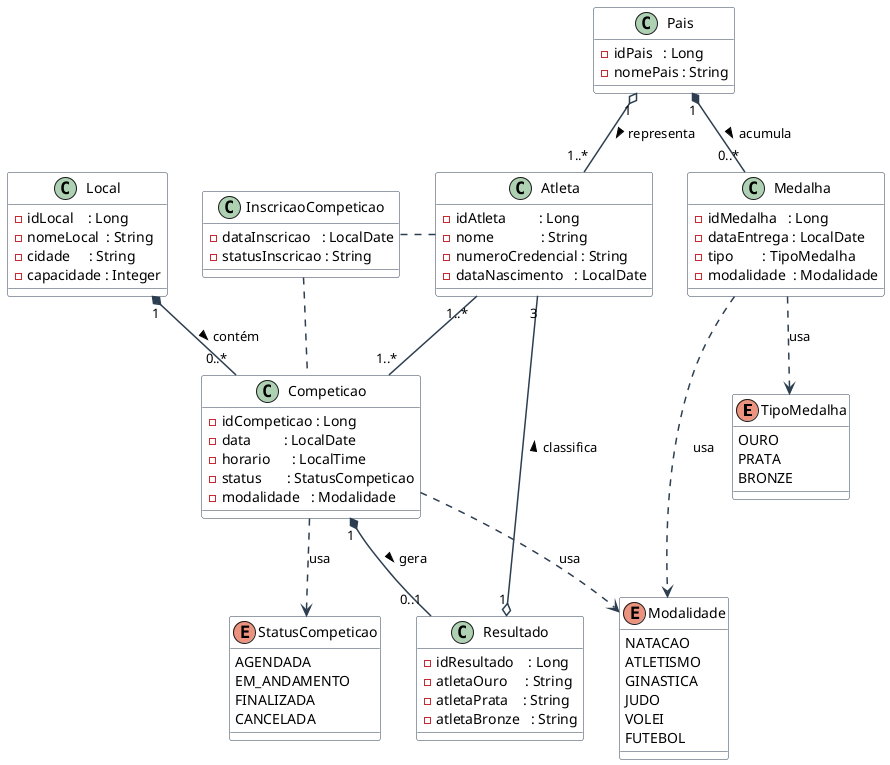
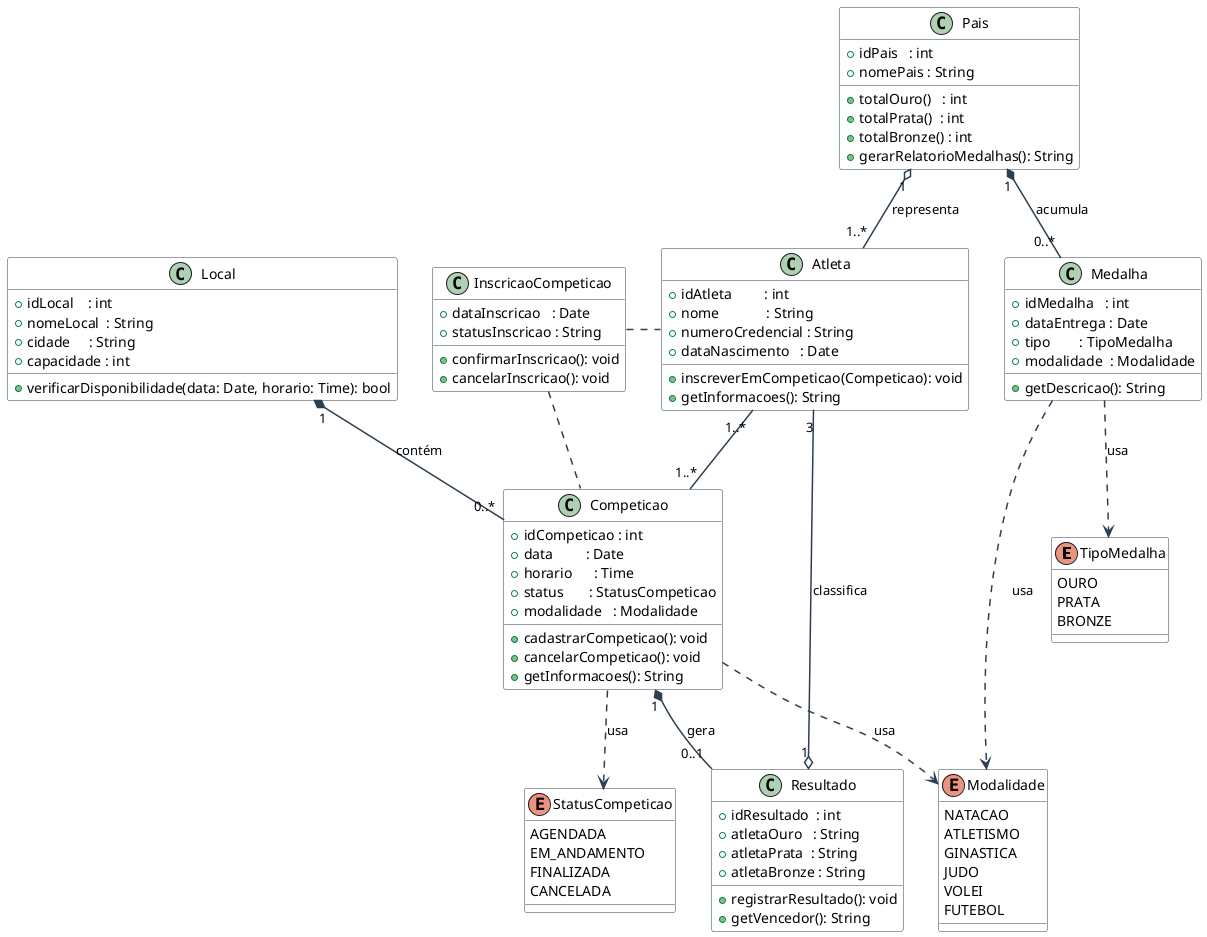
@startuml DiagramaDeClasses_Olimpiadas

skinparam classBackgroundColor #FFFFFF
skinparam classBorderColor #2C3E50
skinparam arrowColor #2C3E50
skinparam arrowThickness 1.5
skinparam shadowing false

enum TipoMedalha {
  OURO
  PRATA
  BRONZE
}

enum StatusCompeticao {
  AGENDADA
  EM_ANDAMENTO
  FINALIZADA
  CANCELADA
}

enum Modalidade {
  NATACAO
  ATLETISMO
  GINASTICA
  JUDO
  VOLEI
  FUTEBOL
}

class Local {
-   - idLocal    : Long
-   - nomeLocal  : String
-   - cidade     : String
-   - capacidade : Integer
+   +idLocal    : int
+   +nomeLocal  : String
+   +cidade     : String
+   +capacidade : int
+   +verificarDisponibilidade(data: Date, horario: Time): bool
}

class Competicao {
-   - idCompeticao : Long
-   - data         : LocalDate
-   - horario      : LocalTime
-   - status       : StatusCompeticao
-   - modalidade   : Modalidade
+   +idCompeticao : int
+   +data         : Date
+   +horario      : Time
+   +status       : StatusCompeticao
+   +modalidade   : Modalidade
+   +cadastrarCompeticao(): void
+   +cancelarCompeticao(): void
+   +getInformacoes(): String
}

class Atleta {
-   - idAtleta         : Long
-   - nome             : String
-   - numeroCredencial : String
-   - dataNascimento   : LocalDate
+   +idAtleta         : int
+   +nome             : String
+   +numeroCredencial : String
+   +dataNascimento   : Date
+   +inscreverEmCompeticao(Competicao): void
+   +getInformacoes(): String
}

class Pais {
-   - idPais   : Long
-   - nomePais : String
+   +idPais   : int
+   +nomePais : String
+   +totalOuro()   : int
+   +totalPrata()  : int
+   +totalBronze() : int
+   +gerarRelatorioMedalhas(): String
}

class Resultado {
-   - idResultado    : Long
-   - atletaOuro     : String
-   - atletaPrata    : String
-   - atletaBronze   : String
+   +idResultado  : int
+   +atletaOuro   : String
+   +atletaPrata  : String
+   +atletaBronze : String
+   +registrarResultado(): void
+   +getVencedor(): String
}

class Medalha {
-   - idMedalha   : Long
-   - dataEntrega : LocalDate
-   - tipo        : TipoMedalha
-   - modalidade  : Modalidade
+   +idMedalha   : int
+   +dataEntrega : Date
+   +tipo        : TipoMedalha
+   +modalidade  : Modalidade
+   +getDescricao(): String
}

class InscricaoCompeticao {
-   - dataInscricao   : LocalDate
-   - statusInscricao : String
+   +dataInscricao   : Date
+   +statusInscricao : String
+   +confirmarInscricao(): void
+   +cancelarInscricao(): void
}

- ' para relacionamento de composicao
- Local      "1"    *-- "0..*" Competicao : contém >
- Competicao "1"    *-- "0..1" Resultado  : gera >
- Pais       "1"    *-- "0..*" Medalha    : acumula >
+ ' COMPOSIÇÃO
+ Local      "1"    *-- "0..*" Competicao : contém
+ Competicao "1"    *-- "0..1" Resultado  : gera
+ Pais       "1"    *-- "0..*" Medalha    : acumula

- ' para relacionamento de agregacao
- Pais  "1"    o-- "1..*" Atleta     : representa >
- Resultado "1" o-- "3"  Atleta     : classifica >
+ ' AGREGAÇÃO
+ Pais      "1" o-- "1..*" Atleta : representa
+ Resultado "1" o-- "3"    Atleta : classifica

- ' foi criada uma classe associativa pra repressentar melho
+ ' ASSOCIAÇÃO com classe associativa
Atleta     "1..*" -- "1..*" Competicao
InscricaoCompeticao . Atleta
InscricaoCompeticao . Competicao

- ' enums
+ ' ENUMS
Competicao ..> StatusCompeticao : usa
Competicao ..> Modalidade       : usa
Medalha    ..> TipoMedalha      : usa
Medalha    ..> Modalidade       : usa

@enduml